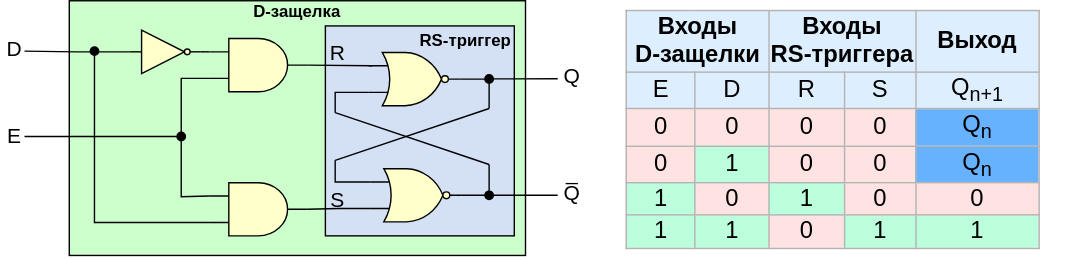
Before: .pic/Introduction/Sequential logic/fig_04.drawio.svg, a diagram exported from draw.io (MPSU/APS). Source tidied: cells renumbered, new cells last; positions are measured from the earlier drawing's top-left corner, leaving out a move shared by most shapes.
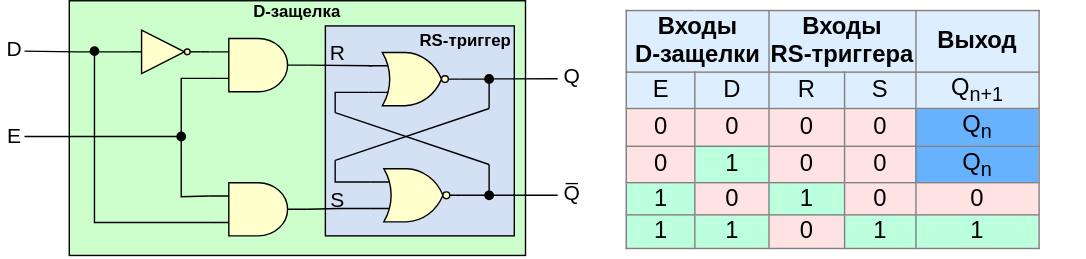
Later version of the same file.

The edit, as a diff of the source:
```diff
@@ -136,7 +136,7 @@
     <mxCell id="30" style="edgeStyle=orthogonalEdgeStyle;rounded=0;jettySize=auto;html=1;exitX=1;exitY=0.5;exitDx=0;exitDy=0;exitPerimeter=0;entryX=0;entryY=0.25;entryDx=0;entryDy=0;entryPerimeter=0;endArrow=none;endFill=0;" parent="1" edge="1" source="29" target="26">
       <mxGeometry relative="1" as="geometry" />
     </mxCell>
-    <mxCell id="31" value="&lt;table border=&quot;1&quot; class=&quot;wikitable&quot; style=&quot;text-align: center; font-size: 17px; border: 1px solid rgb(179, 179, 179); border-collapse: collapse; background-color: rgb(255, 227, 227);&quot; id=&quot;mwAjk&quot;&gt;&lt;tbody id=&quot;mwAjs&quot;&gt;&lt;tr style=&quot;background: rgb(221, 238, 255);&quot; id=&quot;mwAjw&quot;&gt;&lt;td colspan=&quot;2&quot; id=&quot;mwAj0&quot;&gt;&lt;b&gt;&lt;font style=&quot;font-size: 17px;&quot;&gt;Входы&lt;br&gt;&amp;nbsp;D-защелки&amp;nbsp;&lt;/font&gt;&lt;/b&gt;&lt;/td&gt;&lt;td colspan=&quot;2&quot; id=&quot;mwAj8&quot;&gt;&lt;b id=&quot;mwAkA&quot;&gt;&lt;font style=&quot;font-size: 17px;&quot;&gt;Входы&lt;br&gt;RS-триггера&lt;/font&gt;&lt;/b&gt;&lt;/td&gt;&lt;td colspan=&quot;2&quot;&gt;&lt;b&gt;&lt;font style=&quot;font-size: 17px;&quot;&gt;&amp;nbsp; &amp;nbsp;Выход&amp;nbsp; &amp;nbsp;&lt;/font&gt;&lt;/b&gt;&lt;/td&gt;&lt;/tr&gt;&lt;tr style=&quot;background: rgb(221, 238, 255);&quot; id=&quot;mwAkE&quot;&gt;&lt;td id=&quot;mwAkI&quot;&gt;&lt;font style=&quot;font-size: 17px;&quot;&gt;E&lt;/font&gt;&lt;/td&gt;&lt;td id=&quot;mwAkM&quot;&gt;&lt;font style=&quot;font-size: 17px;&quot;&gt;D&lt;/font&gt;&lt;/td&gt;&lt;td id=&quot;mwAkQ&quot;&gt;&lt;font style=&quot;font-size: 17px;&quot;&gt;R&lt;/font&gt;&lt;/td&gt;&lt;td id=&quot;mwAkU&quot;&gt;&lt;font style=&quot;font-size: 17px;&quot;&gt;S&lt;/font&gt;&lt;/td&gt;&lt;td id=&quot;mwAkY&quot;&gt;&lt;font style=&quot;font-size: 17px;&quot;&gt;Q&lt;sub&gt;n+1&lt;/sub&gt;&lt;/font&gt;&lt;/td&gt;&lt;/tr&gt;&lt;tr id=&quot;mwAko&quot;&gt;&lt;td style=&quot;background-color: rgb(255, 227, 227);&quot; id=&quot;mwAks&quot;&gt;&lt;font style=&quot;font-size: 17px;&quot;&gt;0&lt;/font&gt;&lt;/td&gt;&lt;td style=&quot;background-color: rgb(255, 227, 227);&quot; id=&quot;mwAkw&quot;&gt;&lt;font style=&quot;font-size: 17px;&quot;&gt;0&lt;/font&gt;&lt;/td&gt;&lt;td style=&quot;background: rgb(255, 227, 227); color: black; vertical-align: middle; text-align: center;&quot; class=&quot;table-no2&quot; data-mw=&quot;{&amp;quot;parts&amp;quot;:[&amp;quot;|| &amp;quot;,{&amp;quot;template&amp;quot;:{&amp;quot;target&amp;quot;:{&amp;quot;wt&amp;quot;:&amp;quot;no2&amp;quot;,&amp;quot;href&amp;quot;:&amp;quot;./Template:No2&amp;quot;},&amp;quot;params&amp;quot;:{&amp;quot;1&amp;quot;:{&amp;quot;wt&amp;quot;:&amp;quot;0&amp;quot;}},&amp;quot;i&amp;quot;:0}},&amp;quot; &amp;quot;]}&quot; id=&quot;mwASM&quot;&gt;&lt;font style=&quot;font-size: 17px;&quot;&gt;0&lt;/font&gt;&lt;/td&gt;&lt;td style=&quot;background: rgb(255, 227, 227); color: black; vertical-align: middle; text-align: center;&quot; class=&quot;table-yes2&quot; data-mw=&quot;{&amp;quot;parts&amp;quot;:[&amp;quot;|| &amp;quot;,{&amp;quot;template&amp;quot;:{&amp;quot;target&amp;quot;:{&amp;quot;wt&amp;quot;:&amp;quot;yes2&amp;quot;,&amp;quot;href&amp;quot;:&amp;quot;./Template:Yes2&amp;quot;},&amp;quot;params&amp;quot;:{&amp;quot;1&amp;quot;:{&amp;quot;wt&amp;quot;:&amp;quot;1&amp;quot;}},&amp;quot;i&amp;quot;:0}},&amp;quot; &amp;quot;]}&quot; id=&quot;mwASc&quot;&gt;&lt;font style=&quot;font-size: 17px;&quot;&gt;0&lt;/font&gt;&lt;/td&gt;&lt;td style=&quot;background: rgb(102, 178, 255); color: black; text-align: center;&quot; class=&quot;table-no2&quot; data-mw=&quot;{&amp;quot;parts&amp;quot;:[&amp;quot;|| &amp;quot;,{&amp;quot;template&amp;quot;:{&amp;quot;target&amp;quot;:{&amp;quot;wt&amp;quot;:&amp;quot;no2&amp;quot;,&amp;quot;href&amp;quot;:&amp;quot;./Template:No2&amp;quot;},&amp;quot;params&amp;quot;:{&amp;quot;1&amp;quot;:{&amp;quot;wt&amp;quot;:&amp;quot;0&amp;quot;}},&amp;quot;i&amp;quot;:0}},&amp;quot; &amp;quot;]}&quot; id=&quot;mwASM&quot;&gt;&lt;span style=&quot;vertical-align: middle;&quot;&gt;Q&lt;/span&gt;&lt;sub&gt;n&lt;/sub&gt;&lt;br&gt;&lt;/td&gt;&lt;/tr&gt;&lt;tr id=&quot;mwAlM&quot;&gt;&lt;td style=&quot;background-color: rgb(255, 227, 227);&quot; id=&quot;mwAlQ&quot;&gt;&lt;font style=&quot;font-size: 17px;&quot;&gt;0&lt;/font&gt;&lt;/td&gt;&lt;td style=&quot;background-color: rgb(187, 255, 221);&quot; id=&quot;mwAlU&quot;&gt;&lt;font style=&quot;font-size: 17px;&quot;&gt;1&lt;/font&gt;&lt;/td&gt;&lt;td style=&quot;background: rgb(255, 227, 227); color: black; vertical-align: middle; text-align: center;&quot; class=&quot;table-no2&quot; data-mw=&quot;{&amp;quot;parts&amp;quot;:[&amp;quot;|| &amp;quot;,{&amp;quot;template&amp;quot;:{&amp;quot;target&amp;quot;:{&amp;quot;wt&amp;quot;:&amp;quot;no2&amp;quot;,&amp;quot;href&amp;quot;:&amp;quot;./Template:No2&amp;quot;},&amp;quot;params&amp;quot;:{&amp;quot;1&amp;quot;:{&amp;quot;wt&amp;quot;:&amp;quot;0&amp;quot;}},&amp;quot;i&amp;quot;:0}},&amp;quot; &amp;quot;]}&quot; id=&quot;mwASM&quot;&gt;&lt;font style=&quot;font-size: 17px;&quot;&gt;0&lt;/font&gt;&lt;/td&gt;&lt;td style=&quot;background: rgb(255, 227, 227); color: black; vertical-align: middle; text-align: center;&quot; class=&quot;table-yes2&quot; data-mw=&quot;{&amp;quot;parts&amp;quot;:[&amp;quot;|| &amp;quot;,{&amp;quot;template&amp;quot;:{&amp;quot;target&amp;quot;:{&amp;quot;wt&amp;quot;:&amp;quot;yes2&amp;quot;,&amp;quot;href&amp;quot;:&amp;quot;./Template:Yes2&amp;quot;},&amp;quot;params&amp;quot;:{&amp;quot;1&amp;quot;:{&amp;quot;wt&amp;quot;:&amp;quot;1&amp;quot;}},&amp;quot;i&amp;quot;:0}},&amp;quot; &amp;quot;]}&quot; id=&quot;mwASc&quot;&gt;&lt;font style=&quot;font-size: 17px;&quot;&gt;0&lt;/font&gt;&lt;/td&gt;&lt;td style=&quot;background: rgb(102, 178, 255); color: black; text-align: center;&quot; class=&quot;table-yes2&quot; data-mw=&quot;{&amp;quot;parts&amp;quot;:[&amp;quot;|| &amp;quot;,{&amp;quot;template&amp;quot;:{&amp;quot;target&amp;quot;:{&amp;quot;wt&amp;quot;:&amp;quot;yes2&amp;quot;,&amp;quot;href&amp;quot;:&amp;quot;./Template:Yes2&amp;quot;},&amp;quot;params&amp;quot;:{&amp;quot;1&amp;quot;:{&amp;quot;wt&amp;quot;:&amp;quot;1&amp;quot;}},&amp;quot;i&amp;quot;:0}},&amp;quot; &amp;quot;]}&quot; id=&quot;mwASc&quot;&gt;&lt;font style=&quot;font-size: 17px;&quot;&gt;&lt;span style=&quot;vertical-align: middle;&quot;&gt;Q&lt;/span&gt;&lt;sub&gt;n&lt;/sub&gt;&lt;/font&gt;&lt;/td&gt;&lt;/tr&gt;&lt;tr id=&quot;mwAlw&quot;&gt;&lt;td style=&quot;background-color: rgb(187, 255, 221);&quot; id=&quot;mwAl0&quot;&gt;&lt;font style=&quot;font-size: 17px;&quot;&gt;1&lt;/font&gt;&lt;/td&gt;&lt;td style=&quot;background-color: rgb(255, 227, 227);&quot; id=&quot;mwAl4&quot;&gt;&lt;font style=&quot;font-size: 17px;&quot;&gt;0&lt;/font&gt;&lt;/td&gt;&lt;td style=&quot;background: rgb(187, 255, 221); color: black; vertical-align: middle; text-align: center;&quot; class=&quot;table-no2&quot; data-mw=&quot;{&amp;quot;parts&amp;quot;:[&amp;quot;|| &amp;quot;,{&amp;quot;template&amp;quot;:{&amp;quot;target&amp;quot;:{&amp;quot;wt&amp;quot;:&amp;quot;no2&amp;quot;,&amp;quot;href&amp;quot;:&amp;quot;./Template:No2&amp;quot;},&amp;quot;params&amp;quot;:{&amp;quot;1&amp;quot;:{&amp;quot;wt&amp;quot;:&amp;quot;0&amp;quot;}},&amp;quot;i&amp;quot;:0}},&amp;quot; &amp;quot;]}&quot; id=&quot;mwASM&quot;&gt;&lt;font style=&quot;font-size: 17px;&quot;&gt;1&lt;/font&gt;&lt;/td&gt;&lt;td style=&quot;background: rgb(255, 227, 227); color: black; vertical-align: middle; text-align: center;&quot; class=&quot;table-yes2&quot; data-mw=&quot;{&amp;quot;parts&amp;quot;:[&amp;quot;|| &amp;quot;,{&amp;quot;template&amp;quot;:{&amp;quot;target&amp;quot;:{&amp;quot;wt&amp;quot;:&amp;quot;yes2&amp;quot;,&amp;quot;href&amp;quot;:&amp;quot;./Template:Yes2&amp;quot;},&amp;quot;params&amp;quot;:{&amp;quot;1&amp;quot;:{&amp;quot;wt&amp;quot;:&amp;quot;1&amp;quot;}},&amp;quot;i&amp;quot;:0}},&amp;quot; &amp;quot;]}&quot; id=&quot;mwASc&quot;&gt;&lt;font style=&quot;font-size: 17px;&quot;&gt;0&lt;/font&gt;&lt;/td&gt;&lt;td style=&quot;background: rgb(255, 227, 227); color: black; vertical-align: middle; text-align: center;&quot; class=&quot;table-yes2&quot; data-mw=&quot;{&amp;quot;parts&amp;quot;:[&amp;quot;|| &amp;quot;,{&amp;quot;template&amp;quot;:{&amp;quot;target&amp;quot;:{&amp;quot;wt&amp;quot;:&amp;quot;yes2&amp;quot;,&amp;quot;href&amp;quot;:&amp;quot;./Template:Yes2&amp;quot;},&amp;quot;params&amp;quot;:{&amp;quot;1&amp;quot;:{&amp;quot;wt&amp;quot;:&amp;quot;1&amp;quot;}},&amp;quot;i&amp;quot;:0}},&amp;quot; &amp;quot;]}&quot; id=&quot;mwASc&quot;&gt;&lt;font style=&quot;font-size: 17px;&quot;&gt;0&lt;/font&gt;&lt;/td&gt;&lt;/tr&gt;&lt;tr id=&quot;mwAmU&quot;&gt;&lt;td style=&quot;background-color: rgb(187, 255, 221);&quot; id=&quot;mwAmY&quot;&gt;&lt;font style=&quot;font-size: 17px;&quot;&gt;1&lt;/font&gt;&lt;/td&gt;&lt;td style=&quot;background-color: rgb(187, 255, 221);&quot; id=&quot;mwAmc&quot;&gt;&lt;font style=&quot;font-size: 17px;&quot;&gt;1&lt;/font&gt;&lt;/td&gt;&lt;td style=&quot;background-image: initial; background-position: initial; background-size: initial; background-repeat: initial; background-attachment: initial; background-origin: initial; background-clip: initial; color: black; vertical-align: middle; text-align: center;&quot; class=&quot;table-yes2&quot; data-mw=&quot;{&amp;quot;parts&amp;quot;:[&amp;quot;|| &amp;quot;,{&amp;quot;template&amp;quot;:{&amp;quot;target&amp;quot;:{&amp;quot;wt&amp;quot;:&amp;quot;yes2&amp;quot;,&amp;quot;href&amp;quot;:&amp;quot;./Template:Yes2&amp;quot;},&amp;quot;params&amp;quot;:{&amp;quot;1&amp;quot;:{&amp;quot;wt&amp;quot;:&amp;quot;1&amp;quot;}},&amp;quot;i&amp;quot;:0}},&amp;quot; &amp;quot;]}&quot; id=&quot;mwASc&quot;&gt;&lt;span&gt;0&lt;/span&gt;&lt;/td&gt;&lt;td style=&quot;background: rgb(187, 255, 221); color: black; vertical-align: middle; text-align: center;&quot; class=&quot;table-no2&quot; data-mw=&quot;{&amp;quot;parts&amp;quot;:[&amp;quot;|| &amp;quot;,{&amp;quot;template&amp;quot;:{&amp;quot;target&amp;quot;:{&amp;quot;wt&amp;quot;:&amp;quot;no2&amp;quot;,&amp;quot;href&amp;quot;:&amp;quot;./Template:No2&amp;quot;},&amp;quot;params&amp;quot;:{&amp;quot;1&amp;quot;:{&amp;quot;wt&amp;quot;:&amp;quot;0&amp;quot;}},&amp;quot;i&amp;quot;:0}},&amp;quot; &amp;quot;]}&quot; id=&quot;mwASM&quot;&gt;&lt;font style=&quot;font-size: 17px;&quot;&gt;1&lt;/font&gt;&lt;/td&gt;&lt;td style=&quot;background: rgb(187, 255, 221); color: black; vertical-align: middle; text-align: center;&quot; class=&quot;table-yes2&quot; data-mw=&quot;{&amp;quot;parts&amp;quot;:[&amp;quot;|| &amp;quot;,{&amp;quot;template&amp;quot;:{&amp;quot;target&amp;quot;:{&amp;quot;wt&amp;quot;:&amp;quot;yes2&amp;quot;,&amp;quot;href&amp;quot;:&amp;quot;./Template:Yes2&amp;quot;},&amp;quot;params&amp;quot;:{&amp;quot;1&amp;quot;:{&amp;quot;wt&amp;quot;:&amp;quot;1&amp;quot;}},&amp;quot;i&amp;quot;:0}},&amp;quot; &amp;quot;]}&quot; id=&quot;mwASc&quot;&gt;&lt;font style=&quot;font-size: 17px;&quot;&gt;1&lt;/font&gt;&lt;/td&gt;&lt;/tr&gt;&lt;/tbody&gt;&lt;/table&gt;" style="text;whiteSpace=wrap;html=1;strokeColor=none;" parent="1" vertex="1">
+    <mxCell id="31" value="&lt;table border=&quot;1&quot; class=&quot;wikitable&quot; style=&quot;text-align: center; font-size: 17px; border: 1px solid rgb(128, 128, 128); border-collapse: collapse; background-color: rgb(255, 227, 227);&quot; id=&quot;mwAjk&quot;&gt;&lt;tbody id=&quot;mwAjs&quot;&gt;&lt;tr style=&quot;background: rgb(221, 238, 255);&quot; id=&quot;mwAjw&quot;&gt;&lt;td colspan=&quot;2&quot; id=&quot;mwAj0&quot; style=&quot;border: 1px solid rgb(128, 128, 128);&quot;&gt;&lt;b&gt;&lt;font style=&quot;font-size: 17px;&quot;&gt;Входы&lt;br&gt;&amp;nbsp;D-защелки&amp;nbsp;&lt;/font&gt;&lt;/b&gt;&lt;/td&gt;&lt;td colspan=&quot;2&quot; id=&quot;mwAj8&quot; style=&quot;border: 1px solid rgb(128, 128, 128);&quot;&gt;&lt;b id=&quot;mwAkA&quot;&gt;&lt;font style=&quot;font-size: 17px;&quot;&gt;Входы&lt;br&gt;RS-триггера&lt;/font&gt;&lt;/b&gt;&lt;/td&gt;&lt;td colspan=&quot;2&quot; style=&quot;border: 1px solid rgb(128, 128, 128);&quot;&gt;&lt;b&gt;&lt;font style=&quot;font-size: 17px;&quot;&gt;&amp;nbsp; &amp;nbsp;Выход&amp;nbsp; &amp;nbsp;&lt;/font&gt;&lt;/b&gt;&lt;/td&gt;&lt;/tr&gt;&lt;tr style=&quot;background: rgb(221, 238, 255);&quot; id=&quot;mwAkE&quot;&gt;&lt;td id=&quot;mwAkI&quot; style=&quot;border: 1px solid rgb(128, 128, 128);&quot;&gt;&lt;font style=&quot;font-size: 17px;&quot;&gt;E&lt;/font&gt;&lt;/td&gt;&lt;td id=&quot;mwAkM&quot; style=&quot;border: 1px solid rgb(128, 128, 128);&quot;&gt;&lt;font style=&quot;font-size: 17px;&quot;&gt;D&lt;/font&gt;&lt;/td&gt;&lt;td id=&quot;mwAkQ&quot; style=&quot;border: 1px solid rgb(128, 128, 128);&quot;&gt;&lt;font style=&quot;font-size: 17px;&quot;&gt;R&lt;/font&gt;&lt;/td&gt;&lt;td id=&quot;mwAkU&quot; style=&quot;border: 1px solid rgb(128, 128, 128);&quot;&gt;&lt;font style=&quot;font-size: 17px;&quot;&gt;S&lt;/font&gt;&lt;/td&gt;&lt;td id=&quot;mwAkY&quot; style=&quot;border: 1px solid rgb(128, 128, 128);&quot;&gt;&lt;font style=&quot;font-size: 17px;&quot;&gt;Q&lt;sub&gt;n+1&lt;/sub&gt;&lt;/font&gt;&lt;/td&gt;&lt;/tr&gt;&lt;tr id=&quot;mwAko&quot;&gt;&lt;td style=&quot;background-color: rgb(255, 227, 227); border: 1px solid rgb(128, 128, 128);&quot; id=&quot;mwAks&quot;&gt;&lt;font style=&quot;font-size: 17px;&quot;&gt;0&lt;/font&gt;&lt;/td&gt;&lt;td style=&quot;background-color: rgb(255, 227, 227); border: 1px solid rgb(128, 128, 128);&quot; id=&quot;mwAkw&quot;&gt;&lt;font style=&quot;font-size: 17px;&quot;&gt;0&lt;/font&gt;&lt;/td&gt;&lt;td style=&quot;background: rgb(255, 227, 227); color: black; vertical-align: middle; text-align: center; border: 1px solid rgb(128, 128, 128);&quot; class=&quot;table-no2&quot; data-mw=&quot;{&amp;quot;parts&amp;quot;:[&amp;quot;|| &amp;quot;,{&amp;quot;template&amp;quot;:{&amp;quot;target&amp;quot;:{&amp;quot;wt&amp;quot;:&amp;quot;no2&amp;quot;,&amp;quot;href&amp;quot;:&amp;quot;./Template:No2&amp;quot;},&amp;quot;params&amp;quot;:{&amp;quot;1&amp;quot;:{&amp;quot;wt&amp;quot;:&amp;quot;0&amp;quot;}},&amp;quot;i&amp;quot;:0}},&amp;quot; &amp;quot;]}&quot; id=&quot;mwASM&quot;&gt;&lt;font style=&quot;font-size: 17px;&quot;&gt;0&lt;/font&gt;&lt;/td&gt;&lt;td style=&quot;background: rgb(255, 227, 227); color: black; vertical-align: middle; text-align: center; border: 1px solid rgb(128, 128, 128);&quot; class=&quot;table-yes2&quot; data-mw=&quot;{&amp;quot;parts&amp;quot;:[&amp;quot;|| &amp;quot;,{&amp;quot;template&amp;quot;:{&amp;quot;target&amp;quot;:{&amp;quot;wt&amp;quot;:&amp;quot;yes2&amp;quot;,&amp;quot;href&amp;quot;:&amp;quot;./Template:Yes2&amp;quot;},&amp;quot;params&amp;quot;:{&amp;quot;1&amp;quot;:{&amp;quot;wt&amp;quot;:&amp;quot;1&amp;quot;}},&amp;quot;i&amp;quot;:0}},&amp;quot; &amp;quot;]}&quot; id=&quot;mwASc&quot;&gt;&lt;font style=&quot;font-size: 17px;&quot;&gt;0&lt;/font&gt;&lt;/td&gt;&lt;td style=&quot;background: rgb(102, 178, 255); color: black; text-align: center; border: 1px solid rgb(128, 128, 128);&quot; class=&quot;table-no2&quot; data-mw=&quot;{&amp;quot;parts&amp;quot;:[&amp;quot;|| &amp;quot;,{&amp;quot;template&amp;quot;:{&amp;quot;target&amp;quot;:{&amp;quot;wt&amp;quot;:&amp;quot;no2&amp;quot;,&amp;quot;href&amp;quot;:&amp;quot;./Template:No2&amp;quot;},&amp;quot;params&amp;quot;:{&amp;quot;1&amp;quot;:{&amp;quot;wt&amp;quot;:&amp;quot;0&amp;quot;}},&amp;quot;i&amp;quot;:0}},&amp;quot; &amp;quot;]}&quot; id=&quot;mwASM&quot;&gt;&lt;span style=&quot;vertical-align: middle;&quot;&gt;Q&lt;/span&gt;&lt;sub&gt;n&lt;/sub&gt;&lt;br&gt;&lt;/td&gt;&lt;/tr&gt;&lt;tr id=&quot;mwAlM&quot;&gt;&lt;td style=&quot;background-color: rgb(255, 227, 227); border: 1px solid rgb(128, 128, 128);&quot; id=&quot;mwAlQ&quot;&gt;&lt;font style=&quot;font-size: 17px;&quot;&gt;0&lt;/font&gt;&lt;/td&gt;&lt;td style=&quot;background-color: rgb(187, 255, 221); border: 1px solid rgb(128, 128, 128);&quot; id=&quot;mwAlU&quot;&gt;&lt;font style=&quot;font-size: 17px;&quot;&gt;1&lt;/font&gt;&lt;/td&gt;&lt;td style=&quot;background: rgb(255, 227, 227); color: black; vertical-align: middle; text-align: center; border: 1px solid rgb(128, 128, 128);&quot; class=&quot;table-no2&quot; data-mw=&quot;{&amp;quot;parts&amp;quot;:[&amp;quot;|| &amp;quot;,{&amp;quot;template&amp;quot;:{&amp;quot;target&amp;quot;:{&amp;quot;wt&amp;quot;:&amp;quot;no2&amp;quot;,&amp;quot;href&amp;quot;:&amp;quot;./Template:No2&amp;quot;},&amp;quot;params&amp;quot;:{&amp;quot;1&amp;quot;:{&amp;quot;wt&amp;quot;:&amp;quot;0&amp;quot;}},&amp;quot;i&amp;quot;:0}},&amp;quot; &amp;quot;]}&quot; id=&quot;mwASM&quot;&gt;&lt;font style=&quot;font-size: 17px;&quot;&gt;0&lt;/font&gt;&lt;/td&gt;&lt;td style=&quot;background: rgb(255, 227, 227); color: black; vertical-align: middle; text-align: center; border: 1px solid rgb(128, 128, 128);&quot; class=&quot;table-yes2&quot; data-mw=&quot;{&amp;quot;parts&amp;quot;:[&amp;quot;|| &amp;quot;,{&amp;quot;template&amp;quot;:{&amp;quot;target&amp;quot;:{&amp;quot;wt&amp;quot;:&amp;quot;yes2&amp;quot;,&amp;quot;href&amp;quot;:&amp;quot;./Template:Yes2&amp;quot;},&amp;quot;params&amp;quot;:{&amp;quot;1&amp;quot;:{&amp;quot;wt&amp;quot;:&amp;quot;1&amp;quot;}},&amp;quot;i&amp;quot;:0}},&amp;quot; &amp;quot;]}&quot; id=&quot;mwASc&quot;&gt;&lt;font style=&quot;font-size: 17px;&quot;&gt;0&lt;/font&gt;&lt;/td&gt;&lt;td style=&quot;background: rgb(102, 178, 255); color: black; text-align: center; border: 1px solid rgb(128, 128, 128);&quot; class=&quot;table-yes2&quot; data-mw=&quot;{&amp;quot;parts&amp;quot;:[&amp;quot;|| &amp;quot;,{&amp;quot;template&amp;quot;:{&amp;quot;target&amp;quot;:{&amp;quot;wt&amp;quot;:&amp;quot;yes2&amp;quot;,&amp;quot;href&amp;quot;:&amp;quot;./Template:Yes2&amp;quot;},&amp;quot;params&amp;quot;:{&amp;quot;1&amp;quot;:{&amp;quot;wt&amp;quot;:&amp;quot;1&amp;quot;}},&amp;quot;i&amp;quot;:0}},&amp;quot; &amp;quot;]}&quot; id=&quot;mwASc&quot;&gt;&lt;font style=&quot;font-size: 17px;&quot;&gt;&lt;span style=&quot;vertical-align: middle;&quot;&gt;Q&lt;/span&gt;&lt;sub&gt;n&lt;/sub&gt;&lt;/font&gt;&lt;/td&gt;&lt;/tr&gt;&lt;tr id=&quot;mwAlw&quot;&gt;&lt;td style=&quot;background-color: rgb(187, 255, 221); border: 1px solid rgb(128, 128, 128);&quot; id=&quot;mwAl0&quot;&gt;&lt;font style=&quot;font-size: 17px;&quot;&gt;1&lt;/font&gt;&lt;/td&gt;&lt;td style=&quot;background-color: rgb(255, 227, 227); border: 1px solid rgb(128, 128, 128);&quot; id=&quot;mwAl4&quot;&gt;&lt;font style=&quot;font-size: 17px;&quot;&gt;0&lt;/font&gt;&lt;/td&gt;&lt;td style=&quot;background: rgb(187, 255, 221); color: black; vertical-align: middle; text-align: center; border: 1px solid rgb(128, 128, 128);&quot; class=&quot;table-no2&quot; data-mw=&quot;{&amp;quot;parts&amp;quot;:[&amp;quot;|| &amp;quot;,{&amp;quot;template&amp;quot;:{&amp;quot;target&amp;quot;:{&amp;quot;wt&amp;quot;:&amp;quot;no2&amp;quot;,&amp;quot;href&amp;quot;:&amp;quot;./Template:No2&amp;quot;},&amp;quot;params&amp;quot;:{&amp;quot;1&amp;quot;:{&amp;quot;wt&amp;quot;:&amp;quot;0&amp;quot;}},&amp;quot;i&amp;quot;:0}},&amp;quot; &amp;quot;]}&quot; id=&quot;mwASM&quot;&gt;&lt;font style=&quot;font-size: 17px;&quot;&gt;1&lt;/font&gt;&lt;/td&gt;&lt;td style=&quot;background: rgb(255, 227, 227); color: black; vertical-align: middle; text-align: center; border: 1px solid rgb(128, 128, 128);&quot; class=&quot;table-yes2&quot; data-mw=&quot;{&amp;quot;parts&amp;quot;:[&amp;quot;|| &amp;quot;,{&amp;quot;template&amp;quot;:{&amp;quot;target&amp;quot;:{&amp;quot;wt&amp;quot;:&amp;quot;yes2&amp;quot;,&amp;quot;href&amp;quot;:&amp;quot;./Template:Yes2&amp;quot;},&amp;quot;params&amp;quot;:{&amp;quot;1&amp;quot;:{&amp;quot;wt&amp;quot;:&amp;quot;1&amp;quot;}},&amp;quot;i&amp;quot;:0}},&amp;quot; &amp;quot;]}&quot; id=&quot;mwASc&quot;&gt;&lt;font style=&quot;font-size: 17px;&quot;&gt;0&lt;/font&gt;&lt;/td&gt;&lt;td style=&quot;background: rgb(255, 227, 227); color: black; vertical-align: middle; text-align: center; border: 1px solid rgb(128, 128, 128);&quot; class=&quot;table-yes2&quot; data-mw=&quot;{&amp;quot;parts&amp;quot;:[&amp;quot;|| &amp;quot;,{&amp;quot;template&amp;quot;:{&amp;quot;target&amp;quot;:{&amp;quot;wt&amp;quot;:&amp;quot;yes2&amp;quot;,&amp;quot;href&amp;quot;:&amp;quot;./Template:Yes2&amp;quot;},&amp;quot;params&amp;quot;:{&amp;quot;1&amp;quot;:{&amp;quot;wt&amp;quot;:&amp;quot;1&amp;quot;}},&amp;quot;i&amp;quot;:0}},&amp;quot; &amp;quot;]}&quot; id=&quot;mwASc&quot;&gt;&lt;font style=&quot;font-size: 17px;&quot;&gt;0&lt;/font&gt;&lt;/td&gt;&lt;/tr&gt;&lt;tr id=&quot;mwAmU&quot;&gt;&lt;td style=&quot;background-color: rgb(187, 255, 221); border: 1px solid rgb(128, 128, 128);&quot; id=&quot;mwAmY&quot;&gt;&lt;font style=&quot;font-size: 17px;&quot;&gt;1&lt;/font&gt;&lt;/td&gt;&lt;td style=&quot;background-color: rgb(187, 255, 221); border: 1px solid rgb(128, 128, 128);&quot; id=&quot;mwAmc&quot;&gt;&lt;font style=&quot;font-size: 17px;&quot;&gt;1&lt;/font&gt;&lt;/td&gt;&lt;td style=&quot;background-image: initial; background-position: initial; background-size: initial; background-repeat: initial; background-attachment: initial; background-origin: initial; background-clip: initial; color: black; vertical-align: middle; text-align: center; border: 1px solid rgb(128, 128, 128);&quot; class=&quot;table-yes2&quot; data-mw=&quot;{&amp;quot;parts&amp;quot;:[&amp;quot;|| &amp;quot;,{&amp;quot;template&amp;quot;:{&amp;quot;target&amp;quot;:{&amp;quot;wt&amp;quot;:&amp;quot;yes2&amp;quot;,&amp;quot;href&amp;quot;:&amp;quot;./Template:Yes2&amp;quot;},&amp;quot;params&amp;quot;:{&amp;quot;1&amp;quot;:{&amp;quot;wt&amp;quot;:&amp;quot;1&amp;quot;}},&amp;quot;i&amp;quot;:0}},&amp;quot; &amp;quot;]}&quot; id=&quot;mwASc&quot;&gt;&lt;span&gt;0&lt;/span&gt;&lt;/td&gt;&lt;td style=&quot;background: rgb(187, 255, 221); color: black; vertical-align: middle; text-align: center; border: 1px solid rgb(128, 128, 128);&quot; class=&quot;table-no2&quot; data-mw=&quot;{&amp;quot;parts&amp;quot;:[&amp;quot;|| &amp;quot;,{&amp;quot;template&amp;quot;:{&amp;quot;target&amp;quot;:{&amp;quot;wt&amp;quot;:&amp;quot;no2&amp;quot;,&amp;quot;href&amp;quot;:&amp;quot;./Template:No2&amp;quot;},&amp;quot;params&amp;quot;:{&amp;quot;1&amp;quot;:{&amp;quot;wt&amp;quot;:&amp;quot;0&amp;quot;}},&amp;quot;i&amp;quot;:0}},&amp;quot; &amp;quot;]}&quot; id=&quot;mwASM&quot;&gt;&lt;font style=&quot;font-size: 17px;&quot;&gt;1&lt;/font&gt;&lt;/td&gt;&lt;td style=&quot;background: rgb(187, 255, 221); color: black; vertical-align: middle; text-align: center; border: 1px solid rgb(128, 128, 128);&quot; class=&quot;table-yes2&quot; data-mw=&quot;{&amp;quot;parts&amp;quot;:[&amp;quot;|| &amp;quot;,{&amp;quot;template&amp;quot;:{&amp;quot;target&amp;quot;:{&amp;quot;wt&amp;quot;:&amp;quot;yes2&amp;quot;,&amp;quot;href&amp;quot;:&amp;quot;./Template:Yes2&amp;quot;},&amp;quot;params&amp;quot;:{&amp;quot;1&amp;quot;:{&amp;quot;wt&amp;quot;:&amp;quot;1&amp;quot;}},&amp;quot;i&amp;quot;:0}},&amp;quot; &amp;quot;]}&quot; id=&quot;mwASc&quot;&gt;&lt;font style=&quot;font-size: 17px;&quot;&gt;1&lt;/font&gt;&lt;/td&gt;&lt;/tr&gt;&lt;/tbody&gt;&lt;/table&gt;" style="text;whiteSpace=wrap;html=1;strokeColor=none;" parent="1" vertex="1">
       <mxGeometry x="445" width="331" height="184" as="geometry" />
     </mxCell>
   </root>
```
